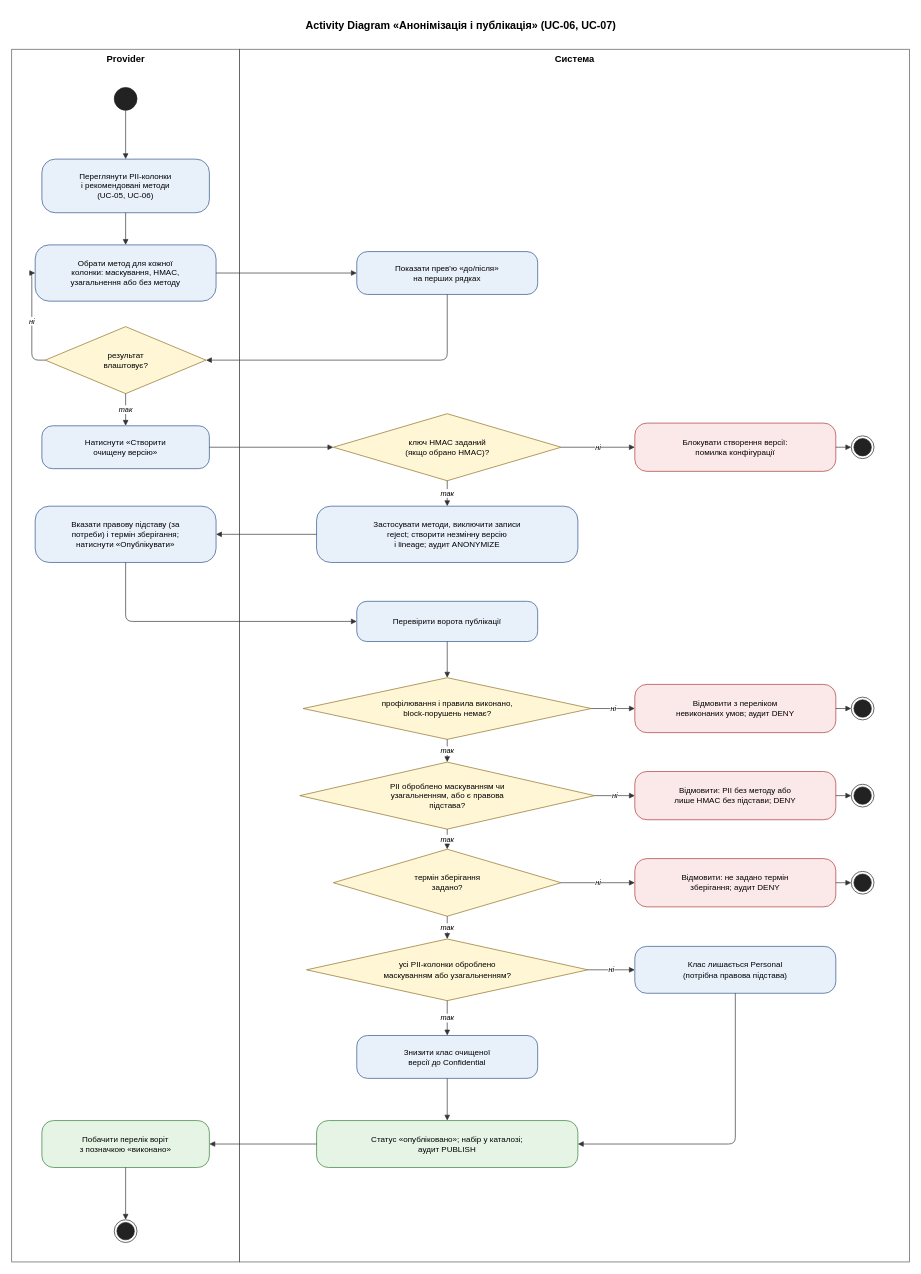
olesJS/data_clean_room keeps this draw.io diagram as docs/architecture/activity-publish.drawio. Above is the earlier version. Source tidied: cells renumbered, new cells numbered last; positions are measured from the earlier drawing's top-left corner, leaving out a move shared by most shapes. Both pictures are drawn from the tidied source at 67%, with x=0, y=0 at pixel (11, 11).
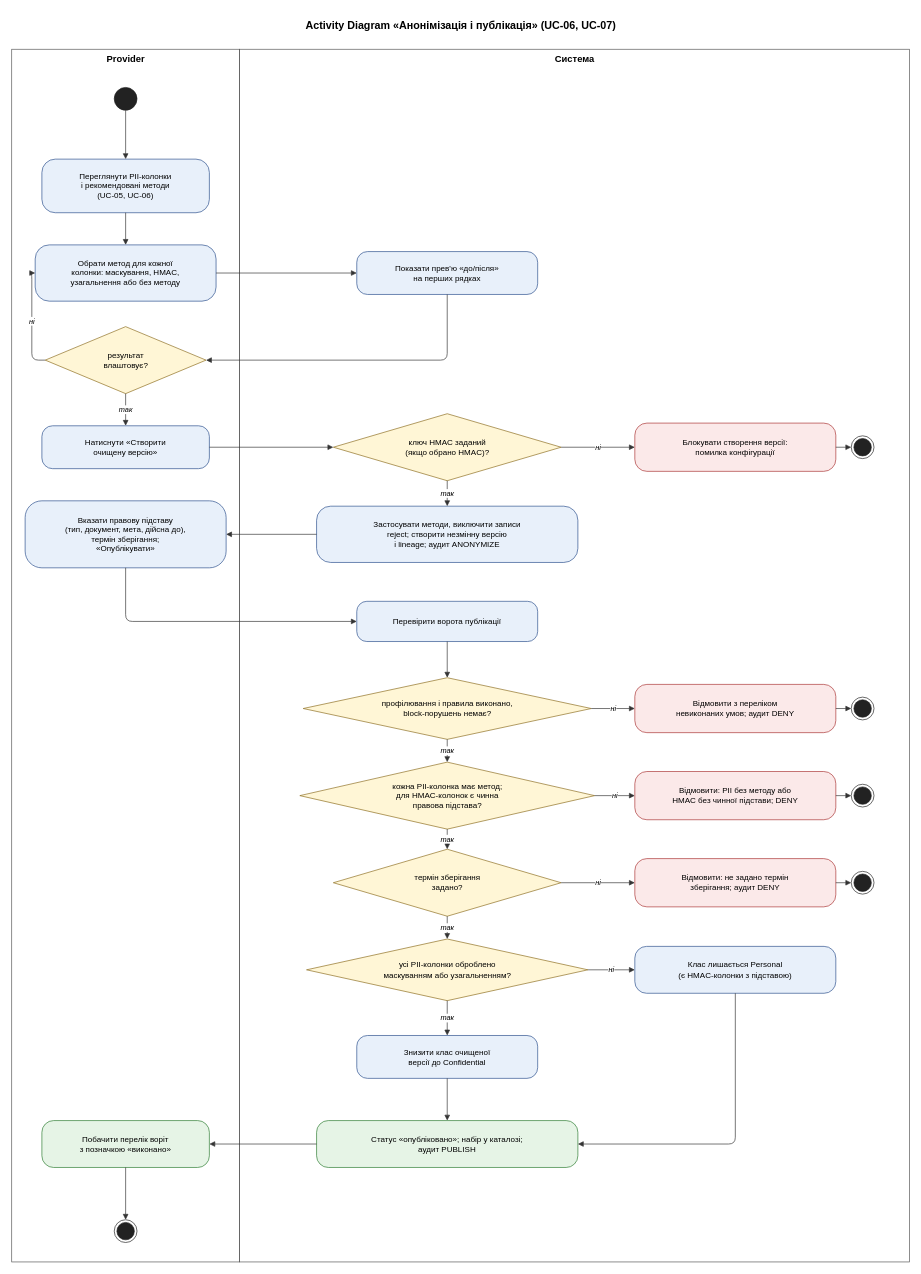
Above is the later version.

What changed in the source:
```diff
@@
-    <mxCell id="15" value="Вказати правову підставу (за&lt;br&gt;потреби) і термін зберігання;&lt;br&gt;натиснути «Опублікувати»" style="rounded=1;arcSize=25;html=1;whiteSpace=wrap;fillColor=#E8F0FA;strokeColor=#2A4F8C;fontSize=12;" parent="1" vertex="1">
-      <mxGeometry x="35" y="738" width="270" height="84" as="geometry" />
+    <mxCell id="15" value="Вказати правову підставу&lt;br&gt;(тип, документ, мета, дійсна до),&lt;br&gt;термін зберігання;&lt;br&gt;«Опублікувати»" style="rounded=1;arcSize=25;html=1;whiteSpace=wrap;fillColor=#E8F0FA;strokeColor=#2A4F8C;fontSize=12;" parent="1" vertex="1">
+      <mxGeometry x="20" y="730" width="300" height="100" as="geometry" />
     </mxCell>
@@
-    <mxCell id="20" value="PII оброблено маскуванням чи&lt;br&gt;узагальненням, або є правова&lt;br&gt;підстава?" style="rhombus;html=1;fillColor=#FFF6D6;strokeColor=#8C6D1F;fontSize=12;" parent="1" vertex="1">
+    <mxCell id="20" value="кожна PII-колонка має метод;&lt;br&gt;для HMAC-колонок є чинна&lt;br&gt;правова підстава?" style="rhombus;html=1;fillColor=#FFF6D6;strokeColor=#8C6D1F;fontSize=12;" parent="1" vertex="1">
       <mxGeometry x="430" y="1120" width="440" height="100" as="geometry" />
     </mxCell>
-    <mxCell id="21" value="Відмовити: PII без методу або&lt;br&gt;лише HMAC без підстави; DENY" style="rounded=1;arcSize=25;html=1;whiteSpace=wrap;fillColor=#FBE9E9;strokeColor=#AA3333;fontSize=12;" parent="1" vertex="1">
+    <mxCell id="21" value="Відмовити: PII без методу або&lt;br&gt;HMAC без чинної підстави; DENY" style="rounded=1;arcSize=25;html=1;whiteSpace=wrap;fillColor=#FBE9E9;strokeColor=#AA3333;fontSize=12;" parent="1" vertex="1">
       <mxGeometry x="930" y="1134" width="300" height="72" as="geometry" />
     </mxCell>
@@
-    <mxCell id="28" value="Клас лишається Personal&lt;br&gt;(потрібна правова підстава)" style="rounded=1;arcSize=25;html=1;whiteSpace=wrap;fillColor=#E8F0FA;strokeColor=#2A4F8C;fontSize=12;" parent="1" vertex="1">
+    <mxCell id="28" value="Клас лишається Personal&lt;br&gt;(є HMAC-колонки з підставою)" style="rounded=1;arcSize=25;html=1;whiteSpace=wrap;fillColor=#E8F0FA;strokeColor=#2A4F8C;fontSize=12;" parent="1" vertex="1">
       <mxGeometry x="930" y="1395" width="300" height="70" as="geometry" />
     </mxCell>
```
